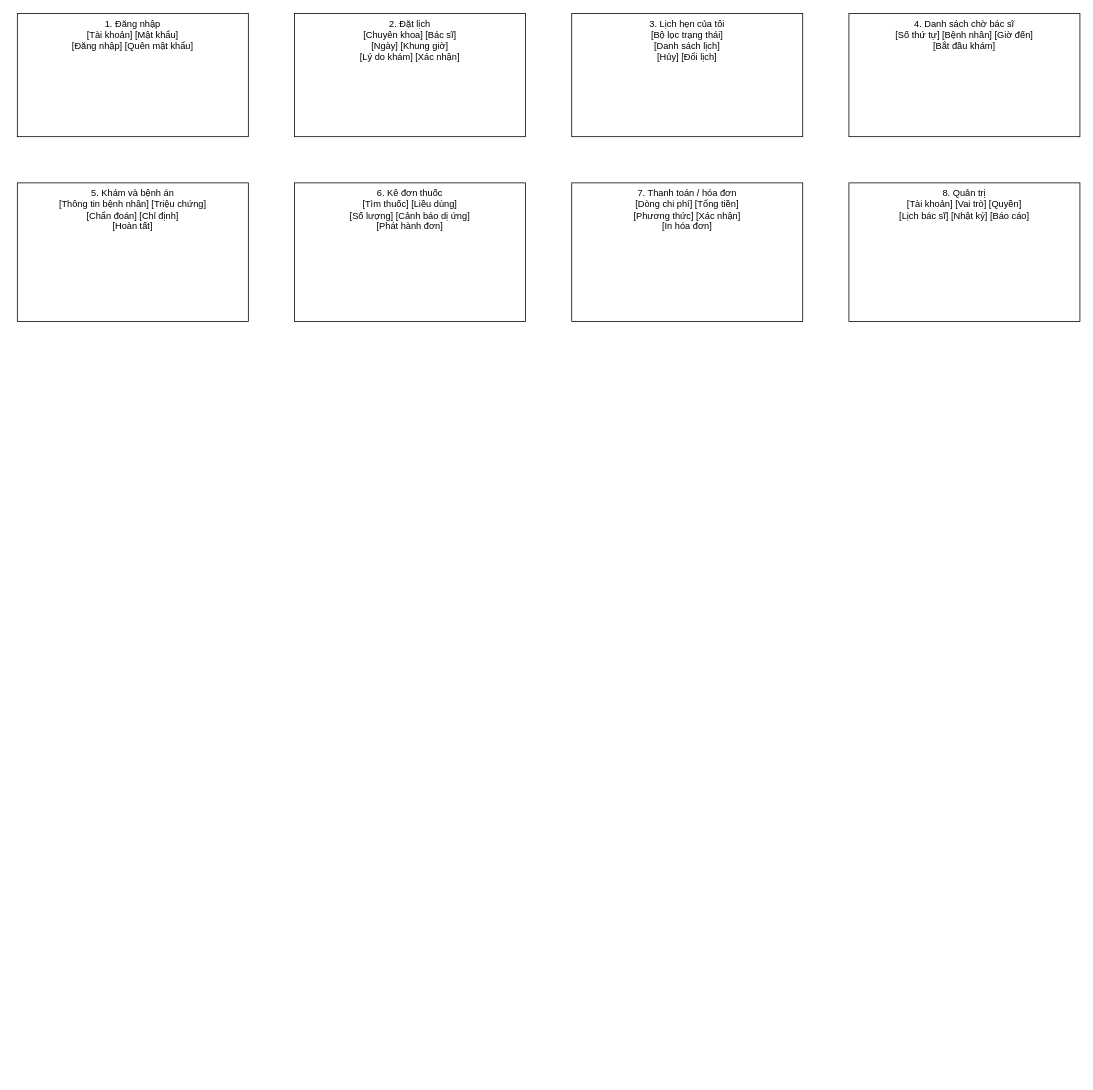
Above: 08-GiaoDien/Wireframe_8ManHinh.drawio in YiTang-159/DAPTTKHDT (draw.io), before the change. Source tidied: cells renumbered, new cells numbered last; positions are measured from the earlier drawing's top-left corner, leaving out a move shared by most shapes. Both pictures are drawn from the tidied source at 77%, with x=0, y=0 at pixel (17, 13).
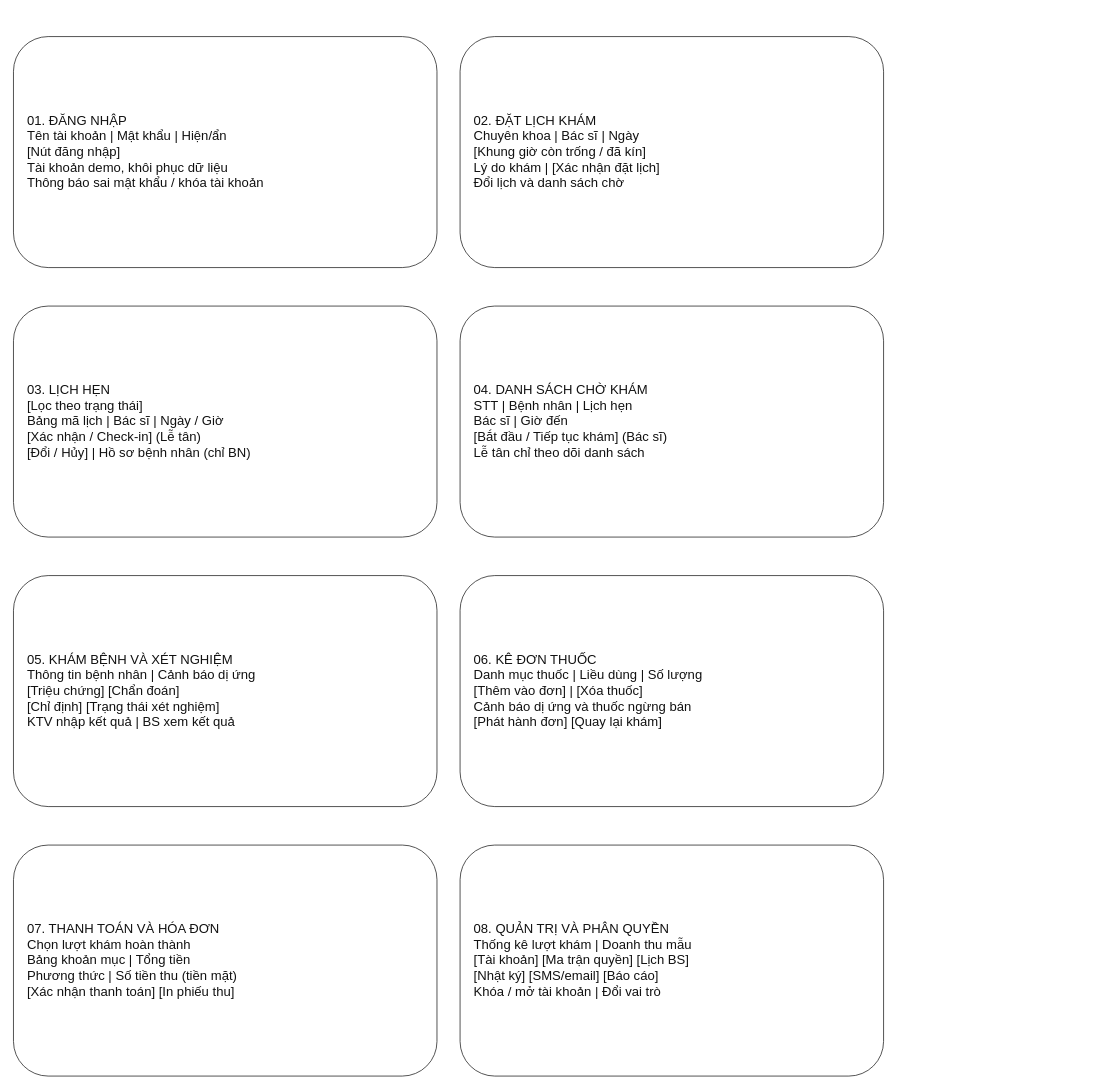
Above is the later version.

The edit, as a diff of the source:
```diff
@@
 <mxGraphModel>
   <root>
     <mxCell id="0" />
     <mxCell id="1" parent="0" />
-    <mxCell id="2" value="1. Đăng nhập&#10;[Tài khoản] [Mật khẩu]&#10;[Đăng nhập] [Quên mật khẩu]" style="rounded=0;whiteSpace=wrap;html=1;verticalAlign=top;" parent="1" vertex="1">
-      <mxGeometry width="300" height="160" as="geometry" />
+    <mxCell id="2" value="01. ĐĂNG NHẬP&#10;Tên tài khoản | Mật khẩu | Hiện/ẩn&#10;[Nút đăng nhập]&#10;Tài khoản demo, khôi phục dữ liệu&#10;Thông báo sai mật khẩu / khóa tài khoản" style="rounded=1;whiteSpace=wrap;html=1;align=left;verticalAlign=middle;fillColor=#ffffff;strokeColor=#222222;fontColor=#111111;spacing=18;fontSize=17;" parent="1" vertex="1">
+      <mxGeometry x="-5" y="30" width="550" height="300" as="geometry" />
     </mxCell>
-    <mxCell id="3" value="2. Đặt lịch&#10;[Chuyên khoa] [Bác sĩ]&#10;[Ngày] [Khung giờ]&#10;[Lý do khám] [Xác nhận]" style="rounded=0;whiteSpace=wrap;html=1;verticalAlign=top;" parent="1" vertex="1">
-      <mxGeometry x="360" width="300" height="160" as="geometry" />
+    <mxCell id="3" value="02. ĐẶT LỊCH KHÁM&#10;Chuyên khoa | Bác sĩ | Ngày&#10;[Khung giờ còn trống / đã kín]&#10;Lý do khám | [Xác nhận đặt lịch]&#10;Đổi lịch và danh sách chờ" style="rounded=1;whiteSpace=wrap;html=1;align=left;verticalAlign=middle;fillColor=#ffffff;strokeColor=#222222;fontColor=#111111;spacing=18;fontSize=17;" parent="1" vertex="1">
+      <mxGeometry x="575" y="30" width="550" height="300" as="geometry" />
     </mxCell>
-    <mxCell id="4" value="3. Lịch hẹn của tôi&#10;[Bộ lọc trạng thái]&#10;[Danh sách lịch]&#10;[Hủy] [Đổi lịch]" style="rounded=0;whiteSpace=wrap;html=1;verticalAlign=top;" parent="1" vertex="1">
-      <mxGeometry x="720" width="300" height="160" as="geometry" />
+    <mxCell id="4" value="03. LỊCH HẸN&#10;[Lọc theo trạng thái]&#10;Bảng mã lịch | Bác sĩ | Ngày / Giờ&#10;[Xác nhận / Check-in] (Lễ tân)&#10;[Đổi / Hủy] | Hồ sơ bệnh nhân (chỉ BN)" style="rounded=1;whiteSpace=wrap;html=1;align=left;verticalAlign=middle;fillColor=#ffffff;strokeColor=#222222;fontColor=#111111;spacing=18;fontSize=17;" parent="1" vertex="1">
+      <mxGeometry x="-5" y="380" width="550" height="300" as="geometry" />
     </mxCell>
-    <mxCell id="5" value="4. Danh sách chờ bác sĩ&#10;[Số thứ tự] [Bệnh nhân] [Giờ đến]&#10;[Bắt đầu khám]" style="rounded=0;whiteSpace=wrap;html=1;verticalAlign=top;" parent="1" vertex="1">
-      <mxGeometry x="1080" width="300" height="160" as="geometry" />
+    <mxCell id="5" value="04. DANH SÁCH CHỜ KHÁM&#10;STT | Bệnh nhân | Lịch hẹn&#10;Bác sĩ | Giờ đến&#10;[Bắt đầu / Tiếp tục khám] (Bác sĩ)&#10;Lễ tân chỉ theo dõi danh sách" style="rounded=1;whiteSpace=wrap;html=1;align=left;verticalAlign=middle;fillColor=#ffffff;strokeColor=#222222;fontColor=#111111;spacing=18;fontSize=17;" parent="1" vertex="1">
+      <mxGeometry x="575" y="380" width="550" height="300" as="geometry" />
     </mxCell>
-    <mxCell id="6" value="5. Khám và bệnh án&#10;[Thông tin bệnh nhân] [Triệu chứng]&#10;[Chẩn đoán] [Chỉ định]&#10;[Hoàn tất]" style="rounded=0;whiteSpace=wrap;html=1;verticalAlign=top;" parent="1" vertex="1">
-      <mxGeometry y="220" width="300" height="180" as="geometry" />
+    <mxCell id="6" value="05. KHÁM BỆNH VÀ XÉT NGHIỆM&#10;Thông tin bệnh nhân | Cảnh báo dị ứng&#10;[Triệu chứng] [Chẩn đoán]&#10;[Chỉ định] [Trạng thái xét nghiệm]&#10;KTV nhập kết quả | BS xem kết quả" style="rounded=1;whiteSpace=wrap;html=1;align=left;verticalAlign=middle;fillColor=#ffffff;strokeColor=#222222;fontColor=#111111;spacing=18;fontSize=17;" parent="1" vertex="1">
+      <mxGeometry x="-5" y="730" width="550" height="300" as="geometry" />
     </mxCell>
-    <mxCell id="7" value="6. Kê đơn thuốc&#10;[Tìm thuốc] [Liều dùng]&#10;[Số lượng] [Cảnh báo dị ứng]&#10;[Phát hành đơn]" style="rounded=0;whiteSpace=wrap;html=1;verticalAlign=top;" parent="1" vertex="1">
-      <mxGeometry x="360" y="220" width="300" height="180" as="geometry" />
+    <mxCell id="7" value="06. KÊ ĐƠN THUỐC&#10;Danh mục thuốc | Liều dùng | Số lượng&#10;[Thêm vào đơn] | [Xóa thuốc]&#10;Cảnh báo dị ứng và thuốc ngừng bán&#10;[Phát hành đơn] [Quay lại khám]" style="rounded=1;whiteSpace=wrap;html=1;align=left;verticalAlign=middle;fillColor=#ffffff;strokeColor=#222222;fontColor=#111111;spacing=18;fontSize=17;" parent="1" vertex="1">
+      <mxGeometry x="575" y="730" width="550" height="300" as="geometry" />
     </mxCell>
-    <mxCell id="8" value="7. Thanh toán / hóa đơn&#10;[Dòng chi phí] [Tổng tiền]&#10;[Phương thức] [Xác nhận]&#10;[In hóa đơn]" style="rounded=0;whiteSpace=wrap;html=1;verticalAlign=top;" parent="1" vertex="1">
-      <mxGeometry x="720" y="220" width="300" height="180" as="geometry" />
+    <mxCell id="8" value="07. THANH TOÁN VÀ HÓA ĐƠN&#10;Chọn lượt khám hoàn thành&#10;Bảng khoản mục | Tổng tiền&#10;Phương thức | Số tiền thu (tiền mặt)&#10;[Xác nhận thanh toán] [In phiếu thu]" style="rounded=1;whiteSpace=wrap;html=1;align=left;verticalAlign=middle;fillColor=#ffffff;strokeColor=#222222;fontColor=#111111;spacing=18;fontSize=17;" parent="1" vertex="1">
+      <mxGeometry x="-5" y="1080" width="550" height="300" as="geometry" />
     </mxCell>
-    <mxCell id="9" value="8. Quản trị&#10;[Tài khoản] [Vai trò] [Quyền]&#10;[Lịch bác sĩ] [Nhật ký] [Báo cáo]" style="rounded=0;whiteSpace=wrap;html=1;verticalAlign=top;" parent="1" vertex="1">
-      <mxGeometry x="1080" y="220" width="300" height="180" as="geometry" />
+    <mxCell id="9" value="08. QUẢN TRỊ VÀ PHÂN QUYỀN&#10;Thống kê lượt khám | Doanh thu mẫu&#10;[Tài khoản] [Ma trận quyền] [Lịch BS]&#10;[Nhật ký] [SMS/email] [Báo cáo]&#10;Khóa / mở tài khoản | Đổi vai trò" style="rounded=1;whiteSpace=wrap;html=1;align=left;verticalAlign=middle;fillColor=#ffffff;strokeColor=#222222;fontColor=#111111;spacing=18;fontSize=17;" parent="1" vertex="1">
+      <mxGeometry x="575" y="1080" width="550" height="300" as="geometry" />
     </mxCell>
   </root>
 </mxGraphModel>
```
